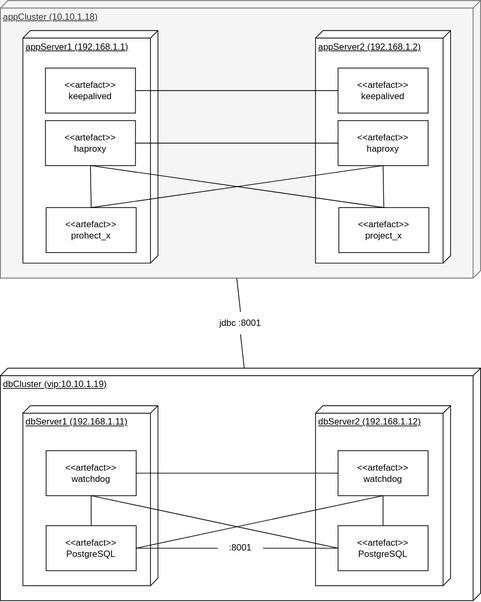
This is DeployDiagram.svg from LordOfPhys/project_x, a draw.io export, as it was before one commit. Source tidied: cells renumbered, new cells last; positions are measured from the earlier drawing's top-left corner, leaving out a move shared by most shapes.
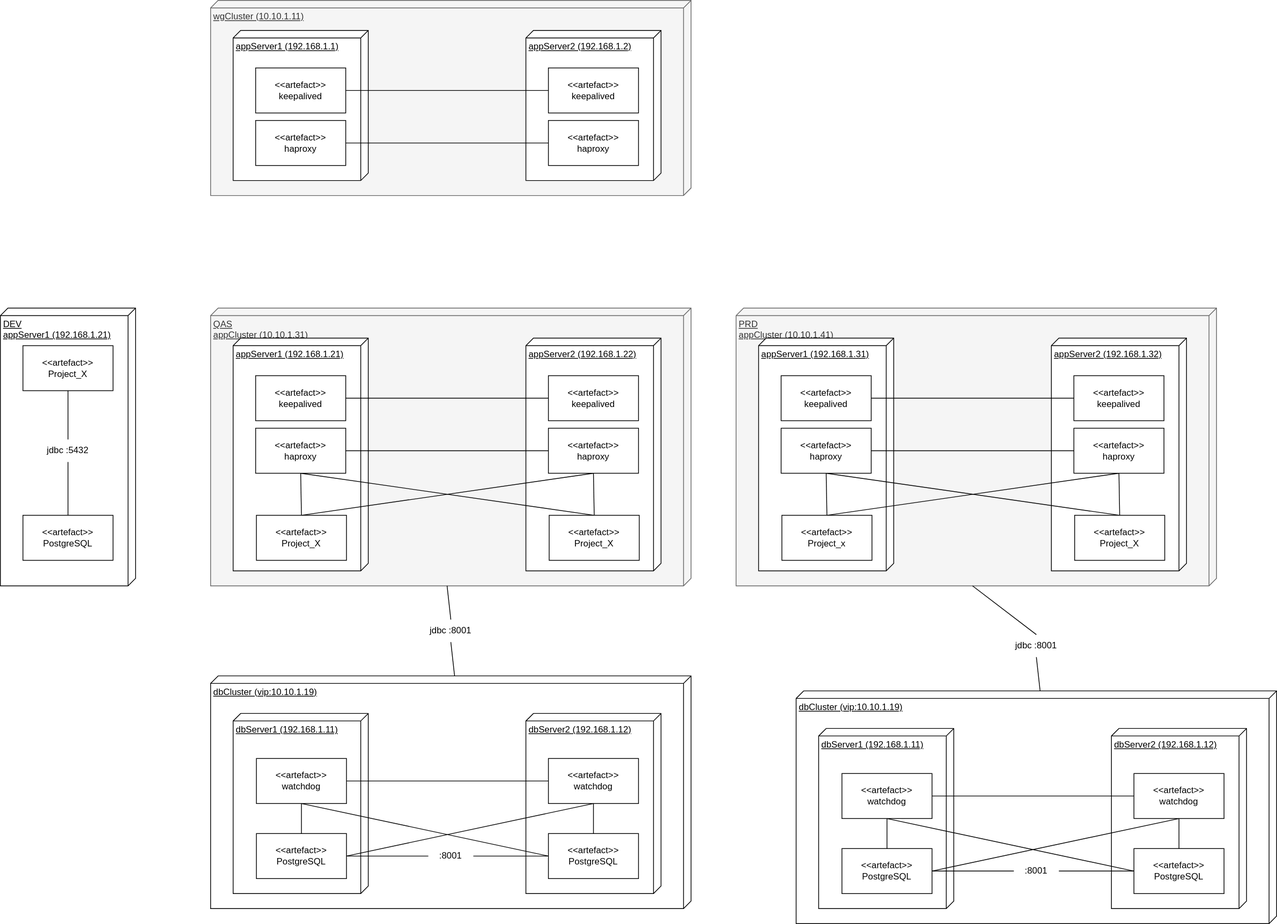
The same diagram one commit later.

Change to the diagram source:
```diff
@@ -5,11 +5,11 @@
     <mxCell id="2" value="dbCluster (vip:10.10.1.19)" style="verticalAlign=top;align=left;spacingTop=8;spacingLeft=2;spacingRight=12;shape=cube;size=10;direction=south;fontStyle=4;html=1;" parent="1" vertex="1">
       <mxGeometry y="490" width="640" height="310" as="geometry" />
     </mxCell>
-    <mxCell id="3" value="appCluster (10.10.1.18)" style="verticalAlign=top;align=left;spacingTop=8;spacingLeft=2;spacingRight=12;shape=cube;size=10;direction=south;fontStyle=4;html=1;fillColor=#f5f5f5;fontColor=#333333;strokeColor=#666666;" parent="1" vertex="1">
-      <mxGeometry width="640" height="370" as="geometry" />
+    <mxCell id="3" value="PRD&lt;br&gt;appCluster (10.10.1.41)" style="verticalAlign=top;align=left;spacingTop=8;spacingLeft=2;spacingRight=12;shape=cube;size=10;direction=south;fontStyle=4;html=1;fillColor=#f5f5f5;fontColor=#333333;strokeColor=#666666;" parent="1" vertex="1">
+      <mxGeometry x="-80" y="-20" width="640" height="370" as="geometry" />
     </mxCell>
-    <mxCell id="4" value="appServer2 (192.168.1.2)" style="verticalAlign=top;align=left;spacingTop=8;spacingLeft=2;spacingRight=12;shape=cube;size=10;direction=south;fontStyle=4;html=1;" parent="1" vertex="1">
-      <mxGeometry x="420" y="40" width="180" height="310" as="geometry" />
+    <mxCell id="4" value="appServer2 (192.168.1.32)" style="verticalAlign=top;align=left;spacingTop=8;spacingLeft=2;spacingRight=12;shape=cube;size=10;direction=south;fontStyle=4;html=1;" parent="1" vertex="1">
+      <mxGeometry x="340" y="20" width="180" height="310" as="geometry" />
     </mxCell>
     <mxCell id="5" value="dbServer1 (192.168.1.11)" style="verticalAlign=top;align=left;spacingTop=8;spacingLeft=2;spacingRight=12;shape=cube;size=10;direction=south;fontStyle=4;html=1;" parent="1" vertex="1">
       <mxGeometry x="30" y="540" width="180" height="240" as="geometry" />
@@ -17,8 +17,8 @@
     <mxCell id="6" value="dbServer2 (192.168.1.12)" style="verticalAlign=top;align=left;spacingTop=8;spacingLeft=2;spacingRight=12;shape=cube;size=10;direction=south;fontStyle=4;html=1;" parent="1" vertex="1">
       <mxGeometry x="420" y="540" width="180" height="240" as="geometry" />
     </mxCell>
-    <mxCell id="7" value="appServer1 (192.168.1.1)" style="verticalAlign=top;align=left;spacingTop=8;spacingLeft=2;spacingRight=12;shape=cube;size=10;direction=south;fontStyle=4;html=1;" parent="1" vertex="1">
-      <mxGeometry x="30" y="40" width="180" height="310" as="geometry" />
+    <mxCell id="7" value="appServer1 (192.168.1.31)" style="verticalAlign=top;align=left;spacingTop=8;spacingLeft=2;spacingRight=12;shape=cube;size=10;direction=south;fontStyle=4;html=1;" parent="1" vertex="1">
+      <mxGeometry x="-50" y="20" width="180" height="310" as="geometry" />
     </mxCell>
     <mxCell id="8" style="endArrow=none;html=1;rounded=0;entryX=1;entryY=0.5;entryDx=0;entryDy=0;exitX=0;exitY=0.5;exitDx=0;exitDy=0;startArrow=none;" parent="1" edge="1" source="9" target="20">
       <mxGeometry relative="1" as="geometry" />
@@ -40,8 +40,8 @@
     </mxCell>
     <mxCell id="14" style="endArrow=none;html=1;rounded=0;entryX=0.25;entryY=0;entryDx=0;entryDy=0;exitX=0.25;exitY=1;exitDx=0;exitDy=0;" parent="1" edge="1">
       <mxGeometry relative="1" as="geometry">
-        <mxPoint x="505" y="280" as="sourcePoint" />
-        <mxPoint x="505" y="290" as="targetPoint" />
+        <mxPoint x="425" y="260" as="sourcePoint" />
+        <mxPoint x="425" y="270" as="targetPoint" />
       </mxGeometry>
     </mxCell>
     <mxCell id="15" style="endArrow=none;html=1;rounded=0;entryX=0;entryY=0;entryDx=0;entryDy=315;entryPerimeter=0;exitX=0.5;exitY=1;exitDx=0;exitDy=0;startArrow=none;" parent="1" edge="1" source="16" target="2">
@@ -81,31 +81,181 @@
       <mxGeometry relative="1" as="geometry" />
     </mxCell>
     <mxCell id="27" value="&amp;lt;&amp;lt;artefact&amp;gt;&amp;gt;&lt;br style=&quot;padding: 0px; margin: 0px;&quot;&gt;keepalived" style="rounded=0;whiteSpace=wrap;html=1;" parent="1" vertex="1">
-      <mxGeometry x="60" y="90" width="120" height="60" as="geometry" />
+      <mxGeometry x="-20" y="70" width="120" height="60" as="geometry" />
     </mxCell>
     <mxCell id="28" value="&amp;lt;&amp;lt;artefact&amp;gt;&amp;gt;&lt;br style=&quot;padding: 0px; margin: 0px;&quot;&gt;keepalived" style="rounded=0;whiteSpace=wrap;html=1;" parent="1" vertex="1">
-      <mxGeometry x="450" y="90" width="120" height="60" as="geometry" />
+      <mxGeometry x="370" y="70" width="120" height="60" as="geometry" />
     </mxCell>
     <mxCell id="29" value="&amp;lt;&amp;lt;artefact&amp;gt;&amp;gt;&lt;br style=&quot;padding: 0px; margin: 0px;&quot;&gt;haproxy" style="rounded=0;whiteSpace=wrap;html=1;" parent="1" vertex="1">
-      <mxGeometry x="60" y="160" width="120" height="60" as="geometry" />
+      <mxGeometry x="-20" y="140" width="120" height="60" as="geometry" />
     </mxCell>
     <mxCell id="30" value="&amp;lt;&amp;lt;artefact&amp;gt;&amp;gt;&lt;br style=&quot;padding: 0px; margin: 0px;&quot;&gt;haproxy" style="rounded=0;whiteSpace=wrap;html=1;" parent="1" vertex="1">
-      <mxGeometry x="450" y="160" width="120" height="60" as="geometry" />
+      <mxGeometry x="370" y="140" width="120" height="60" as="geometry" />
     </mxCell>
     <mxCell id="31" style="endArrow=none;html=1;rounded=0;entryX=1;entryY=0.5;entryDx=0;entryDy=0;exitX=0;exitY=0.5;exitDx=0;exitDy=0;" parent="1" edge="1" source="30" target="29">
       <mxGeometry relative="1" as="geometry" />
     </mxCell>
-    <mxCell id="32" value="&amp;lt;&amp;lt;artefact&amp;gt;&amp;gt;&lt;br style=&quot;padding: 0px; margin: 0px;&quot;&gt;prohect_x" style="rounded=0;whiteSpace=wrap;html=1;" parent="1" vertex="1">
-      <mxGeometry x="61" y="276" width="120" height="60" as="geometry" />
+    <mxCell id="32" value="&amp;lt;&amp;lt;artefact&amp;gt;&amp;gt;&lt;br style=&quot;padding: 0px; margin: 0px;&quot;&gt;Project_x" style="rounded=0;whiteSpace=wrap;html=1;" parent="1" vertex="1">
+      <mxGeometry x="-19" y="256" width="120" height="60" as="geometry" />
     </mxCell>
     <mxCell id="33" style="endArrow=none;html=1;rounded=0;entryX=0.5;entryY=1;entryDx=0;entryDy=0;exitX=0.5;exitY=0;exitDx=0;exitDy=0;" parent="1" edge="1" source="32" target="29">
       <mxGeometry relative="1" as="geometry" />
     </mxCell>
-    <mxCell id="34" value="&amp;lt;&amp;lt;artefact&amp;gt;&amp;gt;&lt;br style=&quot;padding: 0px; margin: 0px;&quot;&gt;project_x" style="rounded=0;whiteSpace=wrap;html=1;" parent="1" vertex="1">
-      <mxGeometry x="451" y="276" width="120" height="60" as="geometry" />
+    <mxCell id="34" value="&amp;lt;&amp;lt;artefact&amp;gt;&amp;gt;&lt;br style=&quot;padding: 0px; margin: 0px;&quot;&gt;Project_X" style="rounded=0;whiteSpace=wrap;html=1;" parent="1" vertex="1">
+      <mxGeometry x="371" y="256" width="120" height="60" as="geometry" />
     </mxCell>
     <mxCell id="35" style="endArrow=none;html=1;rounded=0;entryX=0.5;entryY=1;entryDx=0;entryDy=0;exitX=0.5;exitY=0;exitDx=0;exitDy=0;" parent="1" edge="1" source="34" target="30">
       <mxGeometry relative="1" as="geometry" />
     </mxCell>
+    <mxCell id="36" value="dbCluster (vip:10.10.1.19)" style="verticalAlign=top;align=left;spacingTop=8;spacingLeft=2;spacingRight=12;shape=cube;size=10;direction=south;fontStyle=4;html=1;" parent="1" vertex="1">
+      <mxGeometry x="-780" y="470" width="640" height="310" as="geometry" />
+    </mxCell>
+    <mxCell id="37" value="QAS&lt;br&gt;appCluster (10.10.1.31)" style="verticalAlign=top;align=left;spacingTop=8;spacingLeft=2;spacingRight=12;shape=cube;size=10;direction=south;fontStyle=4;html=1;fillColor=#f5f5f5;fontColor=#333333;strokeColor=#666666;" parent="1" vertex="1">
+      <mxGeometry x="-780" y="-20" width="640" height="370" as="geometry" />
+    </mxCell>
+    <mxCell id="38" value="appServer2 (192.168.1.22)" style="verticalAlign=top;align=left;spacingTop=8;spacingLeft=2;spacingRight=12;shape=cube;size=10;direction=south;fontStyle=4;html=1;" parent="1" vertex="1">
+      <mxGeometry x="-360" y="20" width="180" height="310" as="geometry" />
+    </mxCell>
+    <mxCell id="39" value="dbServer1 (192.168.1.11)" style="verticalAlign=top;align=left;spacingTop=8;spacingLeft=2;spacingRight=12;shape=cube;size=10;direction=south;fontStyle=4;html=1;" parent="1" vertex="1">
+      <mxGeometry x="-750" y="520" width="180" height="240" as="geometry" />
+    </mxCell>
+    <mxCell id="40" value="dbServer2 (192.168.1.12)" style="verticalAlign=top;align=left;spacingTop=8;spacingLeft=2;spacingRight=12;shape=cube;size=10;direction=south;fontStyle=4;html=1;" parent="1" vertex="1">
+      <mxGeometry x="-360" y="520" width="180" height="240" as="geometry" />
+    </mxCell>
+    <mxCell id="41" value="appServer1 (192.168.1.21)" style="verticalAlign=top;align=left;spacingTop=8;spacingLeft=2;spacingRight=12;shape=cube;size=10;direction=south;fontStyle=4;html=1;" parent="1" vertex="1">
+      <mxGeometry x="-750" y="20" width="180" height="310" as="geometry" />
+    </mxCell>
+    <mxCell id="42" style="endArrow=none;html=1;rounded=0;entryX=1;entryY=0.5;entryDx=0;entryDy=0;exitX=0;exitY=0.5;exitDx=0;exitDy=0;startArrow=none;" parent="1" edge="1" source="43" target="54">
+      <mxGeometry relative="1" as="geometry" />
+    </mxCell>
+    <mxCell id="43" value=":8001" style="text;html=1;strokeColor=none;fillColor=none;align=center;verticalAlign=middle;whiteSpace=wrap;rounded=0;" parent="1" vertex="1">
+      <mxGeometry x="-490" y="695" width="60" height="30" as="geometry" />
+    </mxCell>
+    <mxCell id="44" style="endArrow=none;html=1;rounded=0;entryX=1;entryY=0.5;entryDx=0;entryDy=0;exitX=0;exitY=0.5;exitDx=0;exitDy=0;" parent="1" edge="1" source="55" target="43">
+      <mxGeometry relative="1" as="geometry" />
+    </mxCell>
+    <mxCell id="45" style="endArrow=none;html=1;rounded=0;entryX=1;entryY=0.5;entryDx=0;entryDy=0;exitX=0;exitY=0.5;exitDx=0;exitDy=0;" parent="1" edge="1" source="62" target="61">
+      <mxGeometry relative="1" as="geometry" />
+    </mxCell>
+    <mxCell id="46" style="endArrow=none;html=1;rounded=0;entryX=0.5;entryY=1;entryDx=0;entryDy=0;exitX=0.5;exitY=0;exitDx=0;exitDy=0;" parent="1" edge="1" source="68" target="63">
+      <mxGeometry relative="1" as="geometry" />
+    </mxCell>
+    <mxCell id="47" style="endArrow=none;html=1;rounded=0;exitX=0.5;exitY=1;exitDx=0;exitDy=0;entryX=0.5;entryY=0;entryDx=0;entryDy=0;" parent="1" edge="1" source="64" target="66">
+      <mxGeometry relative="1" as="geometry" />
+    </mxCell>
+    <mxCell id="48" style="endArrow=none;html=1;rounded=0;entryX=0.25;entryY=0;entryDx=0;entryDy=0;exitX=0.25;exitY=1;exitDx=0;exitDy=0;" parent="1" edge="1">
+      <mxGeometry relative="1" as="geometry">
+        <mxPoint x="-275" y="260" as="sourcePoint" />
+        <mxPoint x="-275" y="270" as="targetPoint" />
+      </mxGeometry>
+    </mxCell>
+    <mxCell id="49" style="endArrow=none;html=1;rounded=0;entryX=0;entryY=0;entryDx=0;entryDy=315;entryPerimeter=0;exitX=0.5;exitY=1;exitDx=0;exitDy=0;startArrow=none;" parent="1" edge="1" source="50" target="36">
+      <mxGeometry relative="1" as="geometry" />
+    </mxCell>
+    <mxCell id="50" value="jdbc :8001" style="text;html=1;strokeColor=none;fillColor=none;align=center;verticalAlign=middle;whiteSpace=wrap;rounded=0;" parent="1" vertex="1">
+      <mxGeometry x="-490" y="395" width="60" height="30" as="geometry" />
+    </mxCell>
+    <mxCell id="51" style="endArrow=none;html=1;rounded=0;entryX=0.5;entryY=0;entryDx=0;entryDy=0;exitX=0;exitY=0;exitDx=370;exitDy=325;exitPerimeter=0;" parent="1" edge="1" source="37" target="50">
+      <mxGeometry relative="1" as="geometry" />
+    </mxCell>
+    <mxCell id="52" value="&amp;lt;&amp;lt;artefact&amp;gt;&amp;gt;&lt;br style=&quot;padding: 0px; margin: 0px;&quot;&gt;watchdog" style="rounded=0;whiteSpace=wrap;html=1;" parent="1" vertex="1">
+      <mxGeometry x="-719" y="580" width="120" height="60" as="geometry" />
+    </mxCell>
+    <mxCell id="53" value="&amp;lt;&amp;lt;artefact&amp;gt;&amp;gt;&lt;br style=&quot;padding: 0px; margin: 0px;&quot;&gt;watchdog" style="rounded=0;whiteSpace=wrap;html=1;" parent="1" vertex="1">
+      <mxGeometry x="-330" y="580" width="120" height="60" as="geometry" />
+    </mxCell>
+    <mxCell id="54" value="&amp;lt;&amp;lt;artefact&amp;gt;&amp;gt;&lt;br style=&quot;padding: 0px; margin: 0px;&quot;&gt;PostgreSQL" style="rounded=0;whiteSpace=wrap;html=1;" parent="1" vertex="1">
+      <mxGeometry x="-719" y="680" width="120" height="60" as="geometry" />
+    </mxCell>
+    <mxCell id="55" value="&amp;lt;&amp;lt;artefact&amp;gt;&amp;gt;&lt;br style=&quot;padding: 0px; margin: 0px;&quot;&gt;PostgreSQL" style="rounded=0;whiteSpace=wrap;html=1;" parent="1" vertex="1">
+      <mxGeometry x="-330" y="680" width="120" height="60" as="geometry" />
+    </mxCell>
+    <mxCell id="56" style="endArrow=none;html=1;rounded=0;exitX=1;exitY=0.5;exitDx=0;exitDy=0;entryX=0;entryY=0.5;entryDx=0;entryDy=0;" parent="1" edge="1" source="52" target="53">
+      <mxGeometry relative="1" as="geometry" />
+    </mxCell>
+    <mxCell id="57" style="endArrow=none;html=1;rounded=0;entryX=0.5;entryY=1;entryDx=0;entryDy=0;exitX=0.5;exitY=0;exitDx=0;exitDy=0;" parent="1" edge="1" source="54" target="52">
+      <mxGeometry relative="1" as="geometry" />
+    </mxCell>
+    <mxCell id="58" style="endArrow=none;html=1;rounded=0;exitX=0.5;exitY=1;exitDx=0;exitDy=0;entryX=0;entryY=0.5;entryDx=0;entryDy=0;" parent="1" edge="1" source="52" target="55">
+      <mxGeometry relative="1" as="geometry" />
+    </mxCell>
+    <mxCell id="59" style="endArrow=none;html=1;rounded=0;exitX=1;exitY=0.5;exitDx=0;exitDy=0;entryX=0.5;entryY=1;entryDx=0;entryDy=0;" parent="1" edge="1" source="54" target="53">
+      <mxGeometry relative="1" as="geometry" />
+    </mxCell>
+    <mxCell id="60" style="endArrow=none;html=1;rounded=0;exitX=0.5;exitY=0;exitDx=0;exitDy=0;entryX=0.5;entryY=1;entryDx=0;entryDy=0;" parent="1" edge="1" source="55" target="53">
+      <mxGeometry relative="1" as="geometry" />
+    </mxCell>
+    <mxCell id="61" value="&amp;lt;&amp;lt;artefact&amp;gt;&amp;gt;&lt;br style=&quot;padding: 0px; margin: 0px;&quot;&gt;keepalived" style="rounded=0;whiteSpace=wrap;html=1;" parent="1" vertex="1">
+      <mxGeometry x="-720" y="70" width="120" height="60" as="geometry" />
+    </mxCell>
+    <mxCell id="62" value="&amp;lt;&amp;lt;artefact&amp;gt;&amp;gt;&lt;br style=&quot;padding: 0px; margin: 0px;&quot;&gt;keepalived" style="rounded=0;whiteSpace=wrap;html=1;" parent="1" vertex="1">
+      <mxGeometry x="-330" y="70" width="120" height="60" as="geometry" />
+    </mxCell>
+    <mxCell id="63" value="&amp;lt;&amp;lt;artefact&amp;gt;&amp;gt;&lt;br style=&quot;padding: 0px; margin: 0px;&quot;&gt;haproxy" style="rounded=0;whiteSpace=wrap;html=1;" parent="1" vertex="1">
+      <mxGeometry x="-720" y="140" width="120" height="60" as="geometry" />
+    </mxCell>
+    <mxCell id="64" value="&amp;lt;&amp;lt;artefact&amp;gt;&amp;gt;&lt;br style=&quot;padding: 0px; margin: 0px;&quot;&gt;haproxy" style="rounded=0;whiteSpace=wrap;html=1;" parent="1" vertex="1">
+      <mxGeometry x="-330" y="140" width="120" height="60" as="geometry" />
+    </mxCell>
+    <mxCell id="65" style="endArrow=none;html=1;rounded=0;entryX=1;entryY=0.5;entryDx=0;entryDy=0;exitX=0;exitY=0.5;exitDx=0;exitDy=0;" parent="1" edge="1" source="64" target="63">
+      <mxGeometry relative="1" as="geometry" />
+    </mxCell>
+    <mxCell id="66" value="&amp;lt;&amp;lt;artefact&amp;gt;&amp;gt;&lt;br style=&quot;padding: 0px; margin: 0px;&quot;&gt;Project_X" style="rounded=0;whiteSpace=wrap;html=1;" parent="1" vertex="1">
+      <mxGeometry x="-719" y="256" width="120" height="60" as="geometry" />
+    </mxCell>
+    <mxCell id="67" style="endArrow=none;html=1;rounded=0;entryX=0.5;entryY=1;entryDx=0;entryDy=0;exitX=0.5;exitY=0;exitDx=0;exitDy=0;" parent="1" edge="1" source="66" target="63">
+      <mxGeometry relative="1" as="geometry" />
+    </mxCell>
+    <mxCell id="68" value="&amp;lt;&amp;lt;artefact&amp;gt;&amp;gt;&lt;br style=&quot;padding: 0px; margin: 0px;&quot;&gt;Project_X" style="rounded=0;whiteSpace=wrap;html=1;" parent="1" vertex="1">
+      <mxGeometry x="-329" y="256" width="120" height="60" as="geometry" />
+    </mxCell>
+    <mxCell id="69" style="endArrow=none;html=1;rounded=0;entryX=0.5;entryY=1;entryDx=0;entryDy=0;exitX=0.5;exitY=0;exitDx=0;exitDy=0;" parent="1" edge="1" source="68" target="64">
+      <mxGeometry relative="1" as="geometry" />
+    </mxCell>
+    <mxCell id="70" value="DEV &lt;br&gt;appServer1 (192.168.1.21)" style="verticalAlign=top;align=left;spacingTop=8;spacingLeft=2;spacingRight=12;shape=cube;size=10;direction=south;fontStyle=4;html=1;" parent="1" vertex="1">
+      <mxGeometry x="-1060" y="-20" width="180" height="370" as="geometry" />
+    </mxCell>
+    <mxCell id="71" value="&amp;lt;&amp;lt;artefact&amp;gt;&amp;gt;&lt;br style=&quot;padding: 0px; margin: 0px;&quot;&gt;PostgreSQL" style="rounded=0;whiteSpace=wrap;html=1;" parent="1" vertex="1">
+      <mxGeometry x="-1030" y="256" width="120" height="60" as="geometry" />
+    </mxCell>
+    <mxCell id="72" value="wgCluster (10.10.1.11)" style="verticalAlign=top;align=left;spacingTop=8;spacingLeft=2;spacingRight=12;shape=cube;size=10;direction=south;fontStyle=4;html=1;fillColor=#f5f5f5;fontColor=#333333;strokeColor=#666666;" parent="1" vertex="1">
+      <mxGeometry x="-780" y="-430" width="640" height="260" as="geometry" />
+    </mxCell>
+    <mxCell id="73" value="appServer2 (192.168.1.2)" style="verticalAlign=top;align=left;spacingTop=8;spacingLeft=2;spacingRight=12;shape=cube;size=10;direction=south;fontStyle=4;html=1;" parent="1" vertex="1">
+      <mxGeometry x="-360" y="-390" width="180" height="200" as="geometry" />
+    </mxCell>
+    <mxCell id="74" value="appServer1 (192.168.1.1)" style="verticalAlign=top;align=left;spacingTop=8;spacingLeft=2;spacingRight=12;shape=cube;size=10;direction=south;fontStyle=4;html=1;" parent="1" vertex="1">
+      <mxGeometry x="-750" y="-390" width="180" height="200" as="geometry" />
+    </mxCell>
+    <mxCell id="75" style="endArrow=none;html=1;rounded=0;entryX=1;entryY=0.5;entryDx=0;entryDy=0;exitX=0;exitY=0.5;exitDx=0;exitDy=0;" parent="1" edge="1" source="77" target="76">
+      <mxGeometry relative="1" as="geometry" />
+    </mxCell>
+    <mxCell id="76" value="&amp;lt;&amp;lt;artefact&amp;gt;&amp;gt;&lt;br style=&quot;padding: 0px; margin: 0px;&quot;&gt;keepalived" style="rounded=0;whiteSpace=wrap;html=1;" parent="1" vertex="1">
+      <mxGeometry x="-720" y="-340" width="120" height="60" as="geometry" />
+    </mxCell>
+    <mxCell id="77" value="&amp;lt;&amp;lt;artefact&amp;gt;&amp;gt;&lt;br style=&quot;padding: 0px; margin: 0px;&quot;&gt;keepalived" style="rounded=0;whiteSpace=wrap;html=1;" parent="1" vertex="1">
+      <mxGeometry x="-330" y="-340" width="120" height="60" as="geometry" />
+    </mxCell>
+    <mxCell id="78" value="&amp;lt;&amp;lt;artefact&amp;gt;&amp;gt;&lt;br style=&quot;padding: 0px; margin: 0px;&quot;&gt;haproxy" style="rounded=0;whiteSpace=wrap;html=1;" parent="1" vertex="1">
+      <mxGeometry x="-720" y="-270" width="120" height="60" as="geometry" />
+    </mxCell>
+    <mxCell id="79" value="&amp;lt;&amp;lt;artefact&amp;gt;&amp;gt;&lt;br style=&quot;padding: 0px; margin: 0px;&quot;&gt;haproxy" style="rounded=0;whiteSpace=wrap;html=1;" parent="1" vertex="1">
+      <mxGeometry x="-330" y="-270" width="120" height="60" as="geometry" />
+    </mxCell>
+    <mxCell id="80" style="endArrow=none;html=1;rounded=0;entryX=1;entryY=0.5;entryDx=0;entryDy=0;exitX=0;exitY=0.5;exitDx=0;exitDy=0;" parent="1" edge="1" source="79" target="78">
+      <mxGeometry relative="1" as="geometry" />
+    </mxCell>
+    <mxCell id="81" value="&amp;lt;&amp;lt;artefact&amp;gt;&amp;gt;&lt;br style=&quot;padding: 0px; margin: 0px;&quot;&gt;Project_X" style="rounded=0;whiteSpace=wrap;html=1;" parent="1" vertex="1">
+      <mxGeometry x="-1030" y="30" width="120" height="60" as="geometry" />
+    </mxCell>
+    <mxCell id="82" style="endArrow=none;html=1;rounded=0;entryX=0.5;entryY=1;entryDx=0;entryDy=0;exitX=0.5;exitY=0;exitDx=0;exitDy=0;startArrow=none;" parent="1" edge="1" source="83" target="81">
+      <mxGeometry relative="1" as="geometry" />
+    </mxCell>
+    <mxCell id="83" value="jdbc :5432" style="text;html=1;strokeColor=none;fillColor=none;align=center;verticalAlign=middle;whiteSpace=wrap;rounded=0;" parent="1" vertex="1">
+      <mxGeometry x="-1000" y="155" width="60" height="30" as="geometry" />
+    </mxCell>
+    <mxCell id="84" style="endArrow=none;html=1;rounded=0;entryX=0.5;entryY=1;entryDx=0;entryDy=0;exitX=0.5;exitY=0;exitDx=0;exitDy=0;" parent="1" edge="1" source="71" target="83">
+      <mxGeometry relative="1" as="geometry" />
+    </mxCell>
   </root>
 </mxGraphModel>
```
